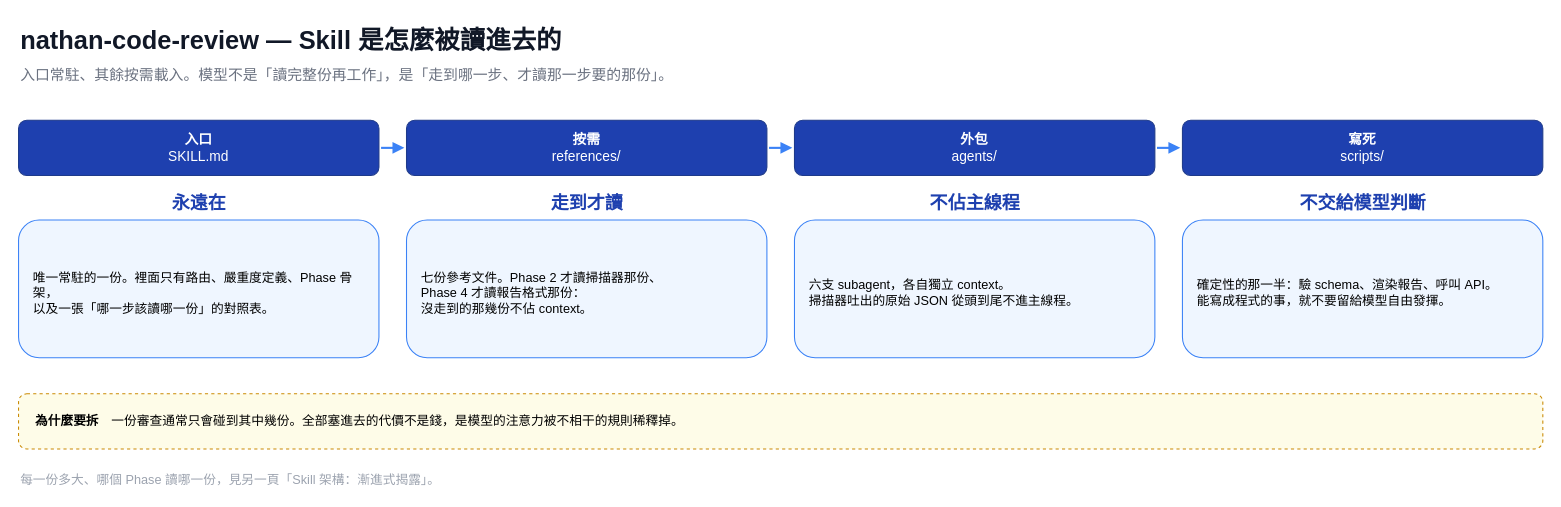
nathanfhh/30-days-ironman keeps this draw.io diagram as page "Skill 架構（一頁版）" (2 of 2) of docs/skill-architecture.drawio. Above is the earlier version. Source tidied: cells renumbered, new cells numbered last; positions are measured from the earlier drawing's top-left corner, leaving out a move shared by most shapes. Both pictures are drawn from the tidied source at 106%, with x=0, y=0 at pixel (18, 18).
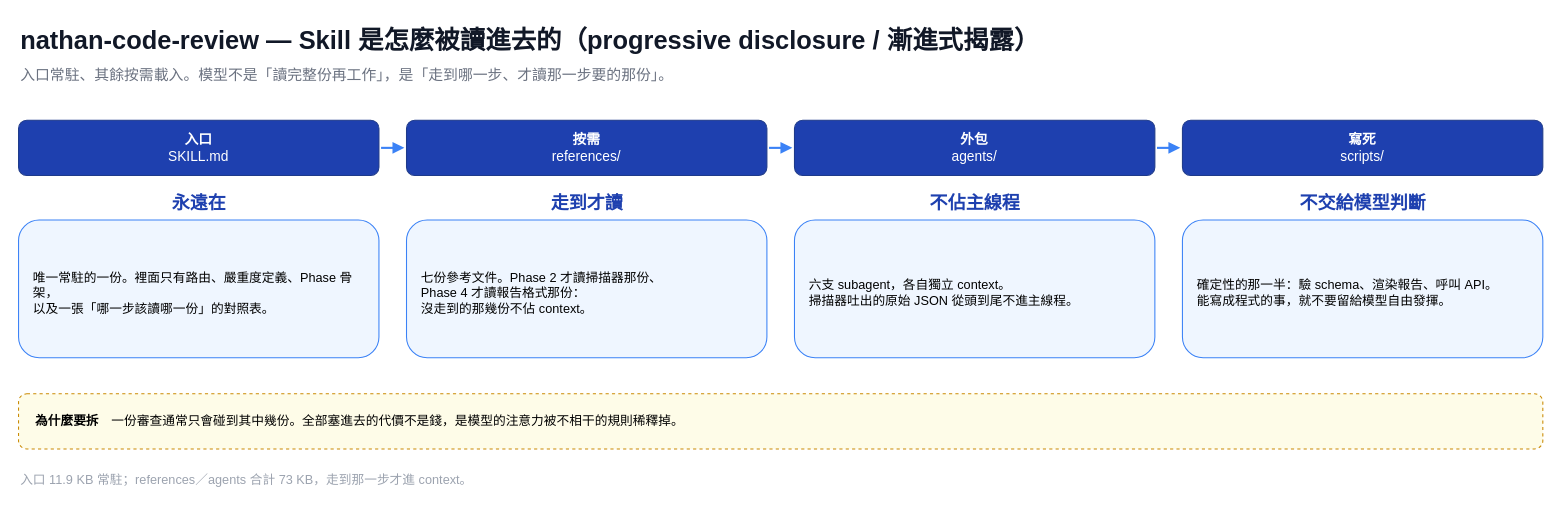
After the change.

Commit message:
docs(diagram): 一頁版把 progressive disclosure 這個詞找回來

Day 11 線上那張圖換成一頁版之後，「漸進式揭露 / progressive disclosure」
這個詞就從讀者看得到的地方消失了——它只留在詳細版那一頁的標題，而那一頁
沒有發佈。同一張圖的腳註還寫著「見另一頁」，指向一個讀者到不了的地方。

標題補上這個詞，腳註改成自我完備（把詳細版帶的那組 KB 數字收進來）。

Change to the diagram source:
```diff
@@
-    <mxCell id="2" value="nathan-code-review — Skill 是怎麼被讀進去的" style="text;html=1;fontSize=24;fontStyle=1;align=left;fontColor=#111827;" parent="1" vertex="1">
+    <mxCell id="2" value="nathan-code-review — Skill 是怎麼被讀進去的（progressive disclosure / 漸進式揭露）" style="text;html=1;fontSize=24;fontStyle=1;align=left;fontColor=#111827;" parent="1" vertex="1">
       <mxGeometry width="1400" height="34" as="geometry" />
     </mxCell>
@@
-    <mxCell id="20" value="每一份多大、哪個 Phase 讀哪一份，見另一頁「Skill 架構：漸進式揭露」。" style="text;html=1;fontSize=12;align=left;fontColor=#9ca3af;" parent="1" vertex="1">
+    <mxCell id="20" value="入口 11.9 KB 常駐；references／agents 合計 73 KB，走到那一步才進 context。" style="text;html=1;fontSize=12;align=left;fontColor=#9ca3af;" parent="1" vertex="1">
       <mxGeometry y="422" width="1438" height="22" as="geometry" />
     </mxCell>
```
